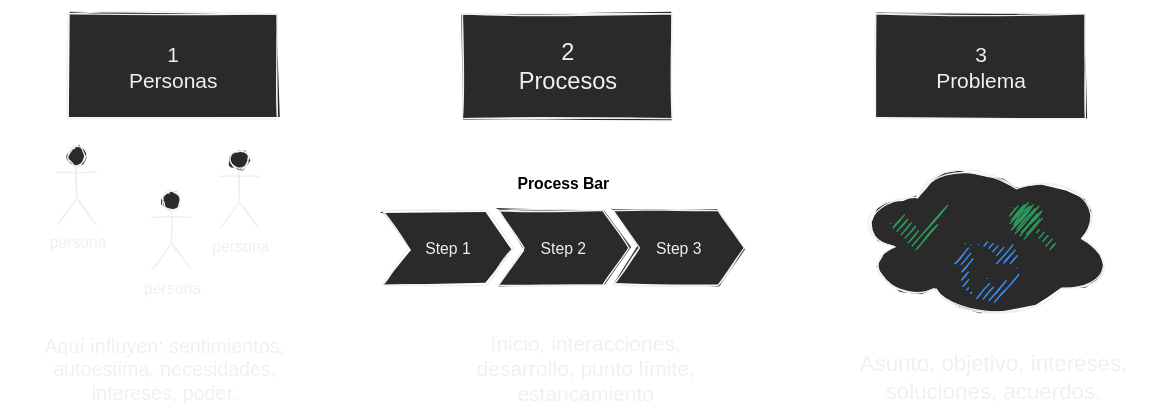
Above: pages/leadership/componentes_conflicto.svg in matiaspakua/tech.notes.io (draw.io), before the change. Source tidied: cells renumbered, new cells last; positions are measured from the earlier drawing's top-left corner, leaving out a move shared by most shapes. Its diagram source:
```xml
<mxGraphModel>
  <root>
    <mxCell id="0" />
    <mxCell id="1" parent="0" />
    <mxCell id="2" value="&lt;font style=&quot;font-size: 16px&quot;&gt;1&lt;br&gt;Personas&lt;/font&gt;" style="rounded=0;whiteSpace=wrap;html=1;" parent="1" vertex="1">
      <mxGeometry x="23" width="160" height="80" as="geometry" />
    </mxCell>
    <mxCell id="3" value="&lt;font style=&quot;font-size: 18px&quot;&gt;2&lt;br&gt;Procesos&lt;/font&gt;" style="rounded=0;whiteSpace=wrap;html=1;" parent="1" vertex="1">
      <mxGeometry x="324" width="160" height="80" as="geometry" />
    </mxCell>
    <mxCell id="4" value="&lt;font style=&quot;font-size: 16px&quot;&gt;3&lt;br&gt;Problema&lt;/font&gt;" style="rounded=0;whiteSpace=wrap;html=1;" parent="1" vertex="1">
      <mxGeometry x="639" width="160" height="80" as="geometry" />
    </mxCell>
    <mxCell id="5" value="persona" style="shape=umlActor;verticalLabelPosition=bottom;verticalAlign=top;html=1;" parent="1" vertex="1">
      <mxGeometry x="15" y="101" width="30" height="60" as="geometry" />
    </mxCell>
    <mxCell id="6" value="persona" style="shape=umlActor;verticalLabelPosition=bottom;verticalAlign=top;html=1;" parent="1" vertex="1">
      <mxGeometry x="87" y="135" width="30" height="60" as="geometry" />
    </mxCell>
    <mxCell id="7" value="persona" style="shape=umlActor;verticalLabelPosition=bottom;verticalAlign=top;html=1;" parent="1" vertex="1">
      <mxGeometry x="139" y="104" width="30" height="60" as="geometry" />
    </mxCell>
    <mxCell id="8" value="Process Bar" style="swimlane;horizontal=1;fillColor=none;strokeColor=none;stackBorder=10;align=center;fontColor=#000000;" parent="1" vertex="1">
      <mxGeometry x="253" y="117" width="296" height="100" as="geometry" />
    </mxCell>
    <mxCell id="9" value="Step 1" style="shape=step;perimeter=stepPerimeter;fixedSize=1;" parent="8" vertex="1">
      <mxGeometry x="10" y="33" width="100" height="57" as="geometry" />
    </mxCell>
    <mxCell id="10" value="Step 2" style="shape=step;perimeter=stepPerimeter;fixedSize=1;" parent="8" vertex="1">
      <mxGeometry x="98" y="33" width="100" height="57" as="geometry" />
    </mxCell>
    <mxCell id="11" value="Step 3" style="shape=step;perimeter=stepPerimeter;fixedSize=1;" parent="8" vertex="1">
      <mxGeometry x="186" y="33" width="100" height="57" as="geometry" />
    </mxCell>
    <mxCell id="12" style="ellipse;shape=cloud;whiteSpace=wrap;html=1;" parent="1" vertex="1">
      <mxGeometry x="622" y="108" width="199" height="127" as="geometry" />
    </mxCell>
    <mxCell id="13" style="html=1;strokeColor=none;shadow=0;align=center;verticalAlign=top;fillColor=#2D9C5E;shape=mxgraph.gcp2.check;" parent="1" vertex="1">
      <mxGeometry x="650" y="138" width="53.8" height="43" as="geometry" />
    </mxCell>
    <mxCell id="14" style="html=1;strokeColor=none;shadow=0;align=center;verticalAlign=top;fillColor=#2D9C5E;shape=mxgraph.gcp2.search;" parent="1" vertex="1">
      <mxGeometry x="739" y="142" width="38.6" height="39" as="geometry" />
    </mxCell>
    <mxCell id="15" style="html=1;strokeColor=none;shadow=0;align=center;verticalAlign=top;fillColor=#3B8DF1;shape=mxgraph.gcp2.arrow_cycle;" parent="1" vertex="1">
      <mxGeometry x="697" y="171" width="50.5" height="48" as="geometry" />
    </mxCell>
    <mxCell id="16" value="&lt;font style=&quot;font-size: 15px&quot;&gt;Aquí influyen: sentimientos,&lt;br&gt;autoestima, necesidades, &lt;br&gt;intereses, poder.&lt;/font&gt;" style="text;html=1;align=center;verticalAlign=middle;strokeColor=none;" parent="1" vertex="1">
      <mxGeometry y="247" width="193" height="46" as="geometry" />
    </mxCell>
    <mxCell id="17" value="&lt;font style=&quot;font-size: 16px&quot;&gt;Inicio, interacciones,&lt;br&gt;desarrollo, punto límite, &lt;br&gt;estancamiento&lt;/font&gt;" style="text;html=1;align=center;verticalAlign=middle;strokeColor=none;" parent="1" vertex="1">
      <mxGeometry x="329" y="247" width="176" height="46" as="geometry" />
    </mxCell>
    <mxCell id="18" value="&lt;font style=&quot;font-size: 17px&quot;&gt;Asunto, objetivo, intereses,&lt;br&gt;soluciones, acuerdos.&lt;/font&gt;" style="text;html=1;align=center;verticalAlign=middle;strokeColor=none;" parent="1" vertex="1">
      <mxGeometry x="621" y="261" width="214" height="32" as="geometry" />
    </mxCell>
  </root>
</mxGraphModel>
```
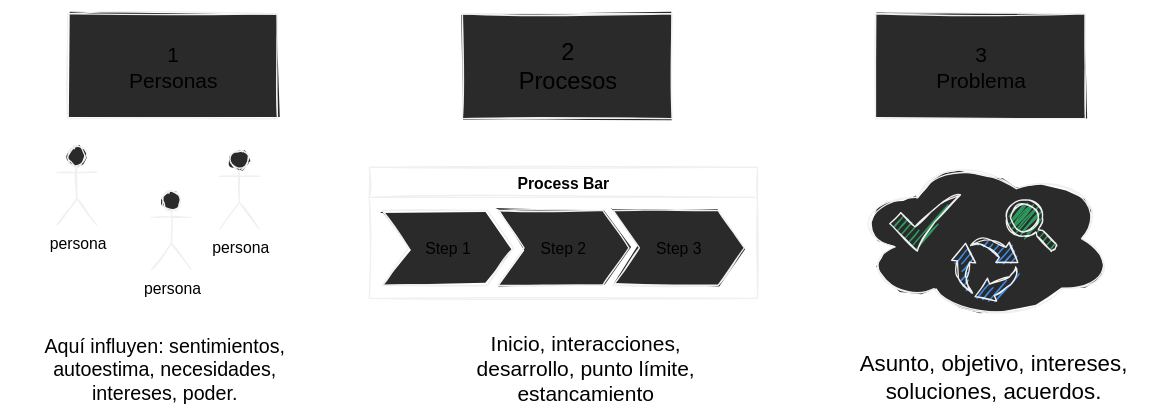
After the commit.

Commit message:
Improve diagram

What changed in the source:
```diff
@@ -2,55 +2,55 @@
   <root>
     <mxCell id="0" />
     <mxCell id="1" parent="0" />
-    <mxCell id="2" value="&lt;font style=&quot;font-size: 16px&quot;&gt;1&lt;br&gt;Personas&lt;/font&gt;" style="rounded=0;whiteSpace=wrap;html=1;" parent="1" vertex="1">
+    <mxCell id="2" value="&lt;font style=&quot;font-size: 16px&quot;&gt;1&lt;br&gt;Personas&lt;/font&gt;" style="rounded=0;whiteSpace=wrap;html=1;fontColor=#000000;" parent="1" vertex="1">
       <mxGeometry x="23" width="160" height="80" as="geometry" />
     </mxCell>
-    <mxCell id="3" value="&lt;font style=&quot;font-size: 18px&quot;&gt;2&lt;br&gt;Procesos&lt;/font&gt;" style="rounded=0;whiteSpace=wrap;html=1;" parent="1" vertex="1">
+    <mxCell id="3" value="&lt;font style=&quot;font-size: 18px&quot;&gt;2&lt;br&gt;Procesos&lt;/font&gt;" style="rounded=0;whiteSpace=wrap;html=1;fontColor=#000000;" parent="1" vertex="1">
       <mxGeometry x="324" width="160" height="80" as="geometry" />
     </mxCell>
-    <mxCell id="4" value="&lt;font style=&quot;font-size: 16px&quot;&gt;3&lt;br&gt;Problema&lt;/font&gt;" style="rounded=0;whiteSpace=wrap;html=1;" parent="1" vertex="1">
+    <mxCell id="4" value="&lt;font style=&quot;font-size: 16px&quot;&gt;3&lt;br&gt;Problema&lt;/font&gt;" style="rounded=0;whiteSpace=wrap;html=1;fontColor=#000000;" parent="1" vertex="1">
       <mxGeometry x="639" width="160" height="80" as="geometry" />
     </mxCell>
-    <mxCell id="5" value="persona" style="shape=umlActor;verticalLabelPosition=bottom;verticalAlign=top;html=1;" parent="1" vertex="1">
+    <mxCell id="5" value="persona" style="shape=umlActor;verticalLabelPosition=bottom;verticalAlign=top;html=1;fontColor=#000000;" parent="1" vertex="1">
       <mxGeometry x="15" y="101" width="30" height="60" as="geometry" />
     </mxCell>
-    <mxCell id="6" value="persona" style="shape=umlActor;verticalLabelPosition=bottom;verticalAlign=top;html=1;" parent="1" vertex="1">
+    <mxCell id="6" value="persona" style="shape=umlActor;verticalLabelPosition=bottom;verticalAlign=top;html=1;fontColor=#000000;" parent="1" vertex="1">
       <mxGeometry x="87" y="135" width="30" height="60" as="geometry" />
     </mxCell>
-    <mxCell id="7" value="persona" style="shape=umlActor;verticalLabelPosition=bottom;verticalAlign=top;html=1;" parent="1" vertex="1">
+    <mxCell id="7" value="persona" style="shape=umlActor;verticalLabelPosition=bottom;verticalAlign=top;html=1;fontColor=#000000;" parent="1" vertex="1">
       <mxGeometry x="139" y="104" width="30" height="60" as="geometry" />
     </mxCell>
-    <mxCell id="8" value="Process Bar" style="swimlane;horizontal=1;fillColor=none;strokeColor=none;stackBorder=10;align=center;fontColor=#000000;" parent="1" vertex="1">
+    <mxCell id="8" value="Process Bar" style="swimlane;horizontal=1;fillColor=none;stackBorder=10;align=center;fontColor=#000000;" parent="1" vertex="1">
       <mxGeometry x="253" y="117" width="296" height="100" as="geometry" />
     </mxCell>
-    <mxCell id="9" value="Step 1" style="shape=step;perimeter=stepPerimeter;fixedSize=1;" parent="8" vertex="1">
+    <mxCell id="9" value="Step 1" style="shape=step;perimeter=stepPerimeter;fixedSize=1;fontColor=#000000;" parent="8" vertex="1">
       <mxGeometry x="10" y="33" width="100" height="57" as="geometry" />
     </mxCell>
-    <mxCell id="10" value="Step 2" style="shape=step;perimeter=stepPerimeter;fixedSize=1;" parent="8" vertex="1">
+    <mxCell id="10" value="Step 2" style="shape=step;perimeter=stepPerimeter;fixedSize=1;fontColor=#000000;" parent="8" vertex="1">
       <mxGeometry x="98" y="33" width="100" height="57" as="geometry" />
     </mxCell>
-    <mxCell id="11" value="Step 3" style="shape=step;perimeter=stepPerimeter;fixedSize=1;" parent="8" vertex="1">
+    <mxCell id="11" value="Step 3" style="shape=step;perimeter=stepPerimeter;fixedSize=1;fontColor=#000000;" parent="8" vertex="1">
       <mxGeometry x="186" y="33" width="100" height="57" as="geometry" />
     </mxCell>
-    <mxCell id="12" style="ellipse;shape=cloud;whiteSpace=wrap;html=1;" parent="1" vertex="1">
+    <mxCell id="12" style="ellipse;shape=cloud;whiteSpace=wrap;html=1;fontColor=#000000;" parent="1" vertex="1">
       <mxGeometry x="622" y="108" width="199" height="127" as="geometry" />
     </mxCell>
-    <mxCell id="13" style="html=1;strokeColor=none;shadow=0;align=center;verticalAlign=top;fillColor=#2D9C5E;shape=mxgraph.gcp2.check;" parent="1" vertex="1">
+    <mxCell id="13" style="html=1;shadow=0;align=center;verticalAlign=top;fillColor=#2D9C5E;shape=mxgraph.gcp2.check;fontColor=#000000;" parent="1" vertex="1">
       <mxGeometry x="650" y="138" width="53.8" height="43" as="geometry" />
     </mxCell>
-    <mxCell id="14" style="html=1;strokeColor=none;shadow=0;align=center;verticalAlign=top;fillColor=#2D9C5E;shape=mxgraph.gcp2.search;" parent="1" vertex="1">
+    <mxCell id="14" style="html=1;shadow=0;align=center;verticalAlign=top;fillColor=#2D9C5E;shape=mxgraph.gcp2.search;fontColor=#000000;" parent="1" vertex="1">
       <mxGeometry x="739" y="142" width="38.6" height="39" as="geometry" />
     </mxCell>
-    <mxCell id="15" style="html=1;strokeColor=none;shadow=0;align=center;verticalAlign=top;fillColor=#3B8DF1;shape=mxgraph.gcp2.arrow_cycle;" parent="1" vertex="1">
+    <mxCell id="15" style="html=1;shadow=0;align=center;verticalAlign=top;fillColor=#3B8DF1;shape=mxgraph.gcp2.arrow_cycle;fontColor=#000000;" parent="1" vertex="1">
       <mxGeometry x="697" y="171" width="50.5" height="48" as="geometry" />
     </mxCell>
-    <mxCell id="16" value="&lt;font style=&quot;font-size: 15px&quot;&gt;Aquí influyen: sentimientos,&lt;br&gt;autoestima, necesidades, &lt;br&gt;intereses, poder.&lt;/font&gt;" style="text;html=1;align=center;verticalAlign=middle;strokeColor=none;" parent="1" vertex="1">
+    <mxCell id="16" value="&lt;font style=&quot;font-size: 15px&quot;&gt;Aquí influyen: sentimientos,&lt;br&gt;autoestima, necesidades, &lt;br&gt;intereses, poder.&lt;/font&gt;" style="text;html=1;align=center;verticalAlign=middle;strokeColor=none;fontColor=#000000;" parent="1" vertex="1">
       <mxGeometry y="247" width="193" height="46" as="geometry" />
     </mxCell>
-    <mxCell id="17" value="&lt;font style=&quot;font-size: 16px&quot;&gt;Inicio, interacciones,&lt;br&gt;desarrollo, punto límite, &lt;br&gt;estancamiento&lt;/font&gt;" style="text;html=1;align=center;verticalAlign=middle;strokeColor=none;" parent="1" vertex="1">
+    <mxCell id="17" value="&lt;font style=&quot;font-size: 16px&quot;&gt;Inicio, interacciones,&lt;br&gt;desarrollo, punto límite, &lt;br&gt;estancamiento&lt;/font&gt;" style="text;html=1;align=center;verticalAlign=middle;fontColor=#000000;" parent="1" vertex="1">
       <mxGeometry x="329" y="247" width="176" height="46" as="geometry" />
     </mxCell>
-    <mxCell id="18" value="&lt;font style=&quot;font-size: 17px&quot;&gt;Asunto, objetivo, intereses,&lt;br&gt;soluciones, acuerdos.&lt;/font&gt;" style="text;html=1;align=center;verticalAlign=middle;strokeColor=none;" parent="1" vertex="1">
+    <mxCell id="18" value="&lt;font style=&quot;font-size: 17px&quot;&gt;Asunto, objetivo, intereses,&lt;br&gt;soluciones, acuerdos.&lt;/font&gt;" style="text;html=1;align=center;verticalAlign=middle;fontColor=#000000;" parent="1" vertex="1">
       <mxGeometry x="621" y="261" width="214" height="32" as="geometry" />
     </mxCell>
   </root>
```
